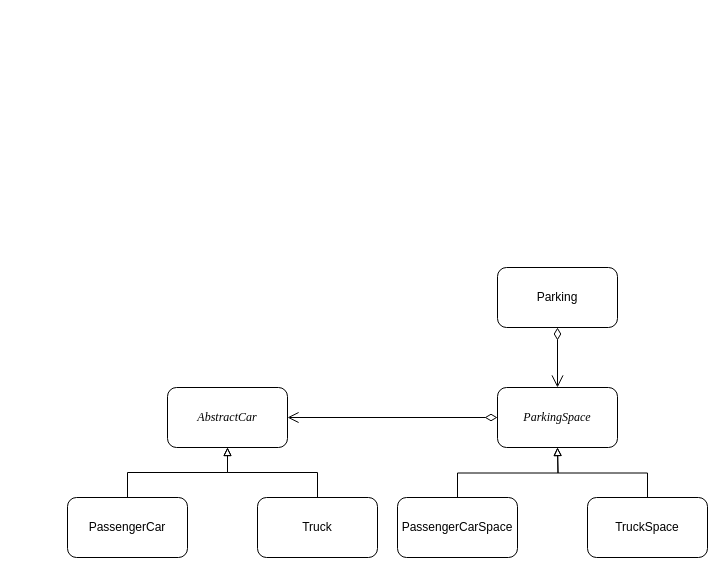
Nikitadok96/job4j_design keeps this draw.io diagram as src/main/resources/ParkingSpaceUML.drawio. Above is the earlier version. Source tidied: cells renumbered, new cells numbered last; positions are measured from the earlier drawing's top-left corner, leaving out a move shared by most shapes. Both pictures are drawn from the tidied source at 100%, with x=0, y=0 at pixel (67, 267).
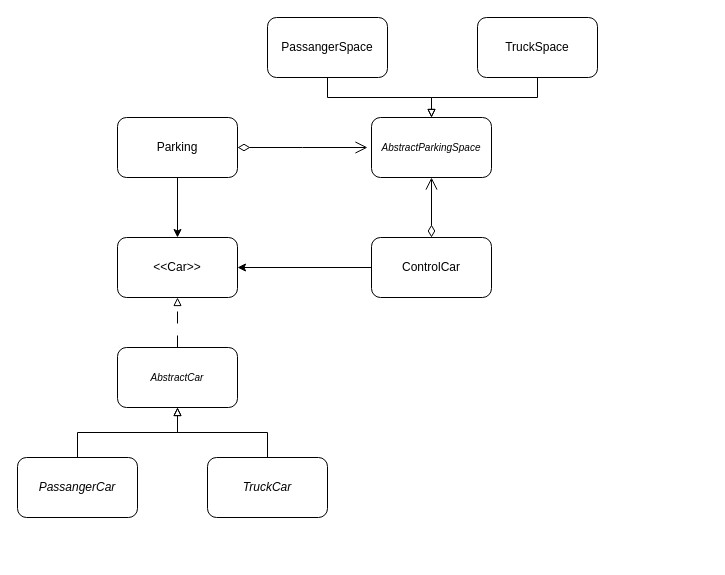
The same page after the edit.

The edit, as a diff of the source:
```diff
@@
-    <mxCell id="2" style="edgeStyle=orthogonalEdgeStyle;rounded=0;jettySize=auto;html=1;exitX=0;exitY=0.5;exitDx=0;exitDy=0;endArrow=open;endFill=0;endSize=9;startArrow=diamondThin;startFill=0;startSize=10;" parent="1" edge="1" source="3" target="4">
-      <mxGeometry relative="1" as="geometry" />
-    </mxCell>
-    <mxCell id="3" value="&lt;p style=&quot;line-height: 120%;&quot;&gt;&lt;i&gt;&lt;font face=&quot;Times New Roman&quot; style=&quot;font-size: 12px;&quot;&gt;ParkingSpace&lt;/font&gt;&lt;/i&gt;&lt;/p&gt;" style="rounded=1;whiteSpace=wrap;html=1;" parent="1" vertex="1">
-      <mxGeometry x="430" y="120" width="120" height="60" as="geometry" />
-    </mxCell>
+    <mxCell id="15" value="&amp;lt;&amp;lt;Car&amp;gt;&amp;gt;" style="rounded=1;whiteSpace=wrap;html=1;" parent="1" vertex="1">
+      <mxGeometry x="50" y="-30" width="120" height="60" as="geometry" />
+    </mxCell>
+    <mxCell id="16" style="edgeStyle=orthogonalEdgeStyle;rounded=0;jettySize=auto;html=1;endArrow=block;endFill=0;dashed=1;dashPattern=12 12;" parent="1" edge="1" source="4" target="15">
+      <mxGeometry relative="1" as="geometry" />
+    </mxCell>
-    <mxCell id="4" value="&lt;i&gt;&lt;font face=&quot;Times New Roman&quot; style=&quot;font-size: 12px;&quot;&gt;AbstractCar&lt;/font&gt;&lt;/i&gt;" style="rounded=1;whiteSpace=wrap;html=1;" parent="1" vertex="1">
-      <mxGeometry x="100" y="120" width="120" height="60" as="geometry" />
+    <mxCell id="4" value="&lt;i&gt;&lt;font style=&quot;font-size: 10px;&quot;&gt;AbstractCar&lt;/font&gt;&lt;br&gt;&lt;/i&gt;" style="rounded=1;whiteSpace=wrap;html=1;" parent="1" vertex="1">
+      <mxGeometry x="50" y="80" width="120" height="60" as="geometry" />
     </mxCell>
-    <mxCell id="5" style="edgeStyle=orthogonalEdgeStyle;rounded=0;jettySize=auto;html=1;exitX=0.5;exitY=0;exitDx=0;exitDy=0;entryX=0.5;entryY=1;entryDx=0;entryDy=0;endArrow=block;endFill=0;" parent="1" edge="1" source="6" target="4">
-      <mxGeometry relative="1" as="geometry" />
-    </mxCell>
-    <mxCell id="6" value="PassengerСar" style="rounded=1;whiteSpace=wrap;html=1;" parent="1" vertex="1">
-      <mxGeometry y="230" width="120" height="60" as="geometry" />
-    </mxCell>
-    <mxCell id="7" style="edgeStyle=orthogonalEdgeStyle;rounded=0;jettySize=auto;html=1;exitX=0.5;exitY=0;exitDx=0;exitDy=0;entryX=0.5;entryY=1;entryDx=0;entryDy=0;endArrow=block;endFill=0;" parent="1" edge="1" source="8" target="4">
-      <mxGeometry relative="1" as="geometry" />
-    </mxCell>
-    <mxCell id="8" value="Truck" style="rounded=1;whiteSpace=wrap;html=1;" parent="1" vertex="1">
-      <mxGeometry x="190" y="230" width="120" height="60" as="geometry" />
-    </mxCell>
-    <mxCell id="9" style="edgeStyle=orthogonalEdgeStyle;rounded=0;jettySize=auto;html=1;endArrow=open;endFill=0;endSize=10;startArrow=diamondThin;startFill=0;startSize=10;" parent="1" edge="1" source="10" target="3">
-      <mxGeometry relative="1" as="geometry" />
-    </mxCell>
+    <mxCell id="17" style="edgeStyle=orthogonalEdgeStyle;rounded=0;jettySize=auto;html=1;exitX=0.5;exitY=0;exitDx=0;exitDy=0;endArrow=block;endFill=0;" parent="1" edge="1" source="18" target="4">
+      <mxGeometry relative="1" as="geometry" />
+    </mxCell>
+    <mxCell id="18" value="&lt;i&gt;PassangerCar&lt;br&gt;&lt;/i&gt;" style="rounded=1;whiteSpace=wrap;html=1;" parent="1" vertex="1">
+      <mxGeometry x="-50" y="190" width="120" height="60" as="geometry" />
+    </mxCell>
+    <mxCell id="19" style="edgeStyle=orthogonalEdgeStyle;rounded=0;jettySize=auto;html=1;exitX=0.5;exitY=0;exitDx=0;exitDy=0;entryX=0.5;entryY=1;entryDx=0;entryDy=0;endArrow=block;endFill=0;" parent="1" edge="1" source="20" target="4">
+      <mxGeometry relative="1" as="geometry" />
+    </mxCell>
+    <mxCell id="20" value="&lt;i&gt;TruckCar&lt;br&gt;&lt;/i&gt;" style="rounded=1;whiteSpace=wrap;html=1;" parent="1" vertex="1">
+      <mxGeometry x="140" y="190" width="120" height="60" as="geometry" />
+    </mxCell>
+    <mxCell id="21" style="edgeStyle=orthogonalEdgeStyle;rounded=0;jettySize=auto;html=1;exitX=0;exitY=0.5;exitDx=0;exitDy=0;entryX=1;entryY=0.5;entryDx=0;entryDy=0;" parent="1" edge="1" source="23" target="15">
+      <mxGeometry relative="1" as="geometry" />
+    </mxCell>
+    <mxCell id="22" style="edgeStyle=orthogonalEdgeStyle;rounded=0;jettySize=auto;html=1;endArrow=open;endFill=0;endSize=10;startArrow=diamondThin;startFill=0;startSize=10;" parent="1" edge="1" source="23" target="26">
+      <mxGeometry relative="1" as="geometry" />
+    </mxCell>
+    <mxCell id="23" value="ControlCar" style="rounded=1;whiteSpace=wrap;html=1;" parent="1" vertex="1">
+      <mxGeometry x="304" y="-30" width="120" height="60" as="geometry" />
+    </mxCell>
+    <mxCell id="24" style="edgeStyle=orthogonalEdgeStyle;rounded=0;jettySize=auto;html=1;" parent="1" edge="1" source="10" target="15">
+      <mxGeometry relative="1" as="geometry" />
+    </mxCell>
+    <mxCell id="25" style="edgeStyle=orthogonalEdgeStyle;rounded=0;jettySize=auto;html=1;exitX=1;exitY=0.5;exitDx=0;exitDy=0;endArrow=open;endFill=0;startArrow=diamondThin;startFill=0;endSize=10;startSize=10;" parent="1" edge="1" source="10">
+      <mxGeometry relative="1" as="geometry">
+        <mxPoint x="300" y="-120" as="targetPoint" />
+      </mxGeometry>
+    </mxCell>
     <mxCell id="10" value="Parking" style="rounded=1;whiteSpace=wrap;html=1;" parent="1" vertex="1">
-      <mxGeometry x="430" width="120" height="60" as="geometry" />
+      <mxGeometry x="50" y="-150" width="120" height="60" as="geometry" />
     </mxCell>
-    <mxCell id="11" style="edgeStyle=orthogonalEdgeStyle;rounded=0;jettySize=auto;html=1;exitX=0.5;exitY=0;exitDx=0;exitDy=0;entryX=0.5;entryY=1;entryDx=0;entryDy=0;endArrow=block;endFill=0;" parent="1" edge="1" source="12">
-      <mxGeometry relative="1" as="geometry">
-        <mxPoint x="490" y="180" as="targetPoint" />
-      </mxGeometry>
-    </mxCell>
-    <mxCell id="12" value="PassengerСarSpace" style="rounded=1;whiteSpace=wrap;html=1;" parent="1" vertex="1">
-      <mxGeometry x="330" y="230" width="120" height="60" as="geometry" />
-    </mxCell>
-    <mxCell id="13" style="edgeStyle=orthogonalEdgeStyle;rounded=0;jettySize=auto;html=1;exitX=0.5;exitY=0;exitDx=0;exitDy=0;entryX=0.5;entryY=1;entryDx=0;entryDy=0;endArrow=block;endFill=0;" parent="1" edge="1" source="14">
-      <mxGeometry relative="1" as="geometry">
-        <mxPoint x="490" y="180" as="targetPoint" />
-      </mxGeometry>
-    </mxCell>
+    <mxCell id="26" value="&lt;i&gt;&lt;font style=&quot;font-size: 10px;&quot;&gt;AbstractParkingSpace&lt;/font&gt;&lt;/i&gt;" style="rounded=1;whiteSpace=wrap;html=1;" parent="1" vertex="1">
+      <mxGeometry x="304" y="-150" width="120" height="60" as="geometry" />
+    </mxCell>
+    <mxCell id="27" style="edgeStyle=orthogonalEdgeStyle;rounded=0;jettySize=auto;html=1;exitX=0.5;exitY=1;exitDx=0;exitDy=0;entryX=0.5;entryY=0;entryDx=0;entryDy=0;endArrow=block;endFill=0;" parent="1" edge="1" source="28" target="26">
+      <mxGeometry relative="1" as="geometry" />
+    </mxCell>
+    <mxCell id="28" value="PassangerSpace" style="rounded=1;whiteSpace=wrap;html=1;" parent="1" vertex="1">
+      <mxGeometry x="200" y="-250" width="120" height="60" as="geometry" />
+    </mxCell>
+    <mxCell id="29" style="edgeStyle=orthogonalEdgeStyle;rounded=0;jettySize=auto;html=1;exitX=0.5;exitY=1;exitDx=0;exitDy=0;entryX=0.5;entryY=0;entryDx=0;entryDy=0;endArrow=block;endFill=0;" parent="1" edge="1" source="14" target="26">
+      <mxGeometry relative="1" as="geometry" />
+    </mxCell>
     <mxCell id="14" value="TruckSpace" style="rounded=1;whiteSpace=wrap;html=1;" parent="1" vertex="1">
-      <mxGeometry x="520" y="230" width="120" height="60" as="geometry" />
+      <mxGeometry x="410" y="-250" width="120" height="60" as="geometry" />
     </mxCell>
```
